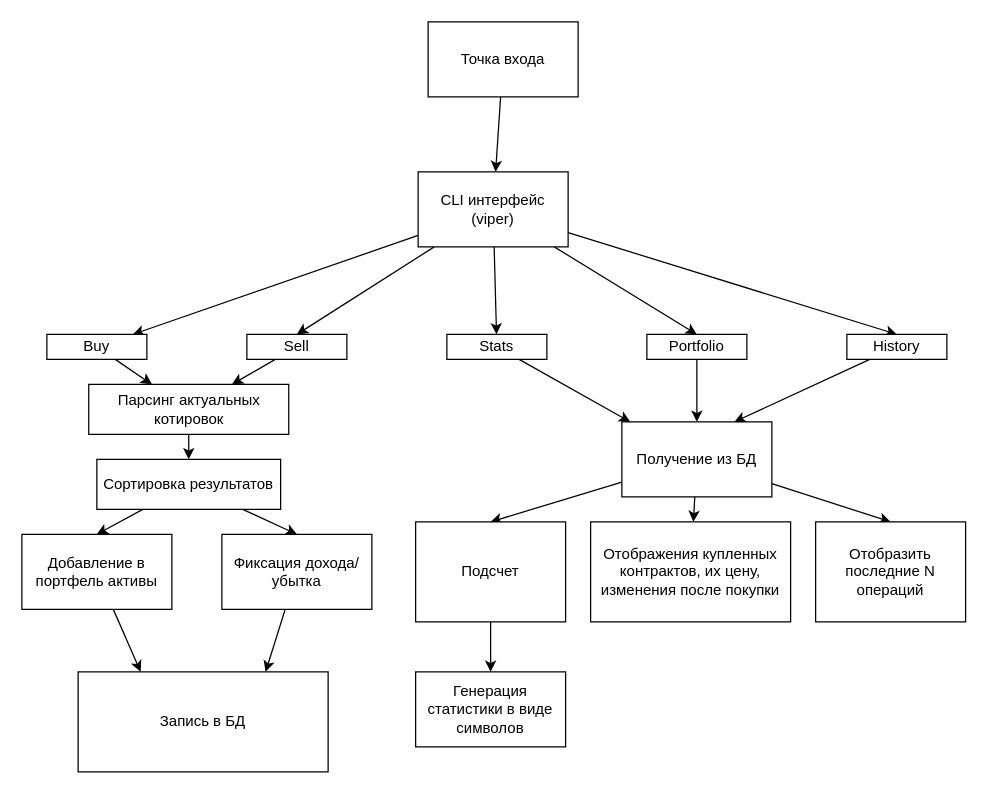
IIIUBA/TradeCLI keeps this draw.io diagram as schema.dio. Above is the earlier version. Source tidied: cells renumbered, new cells numbered last; positions are measured from the earlier drawing's top-left corner, leaving out a move shared by most shapes. Both pictures are drawn from the tidied source at 125%, with x=0, y=0 at pixel (21, 21).
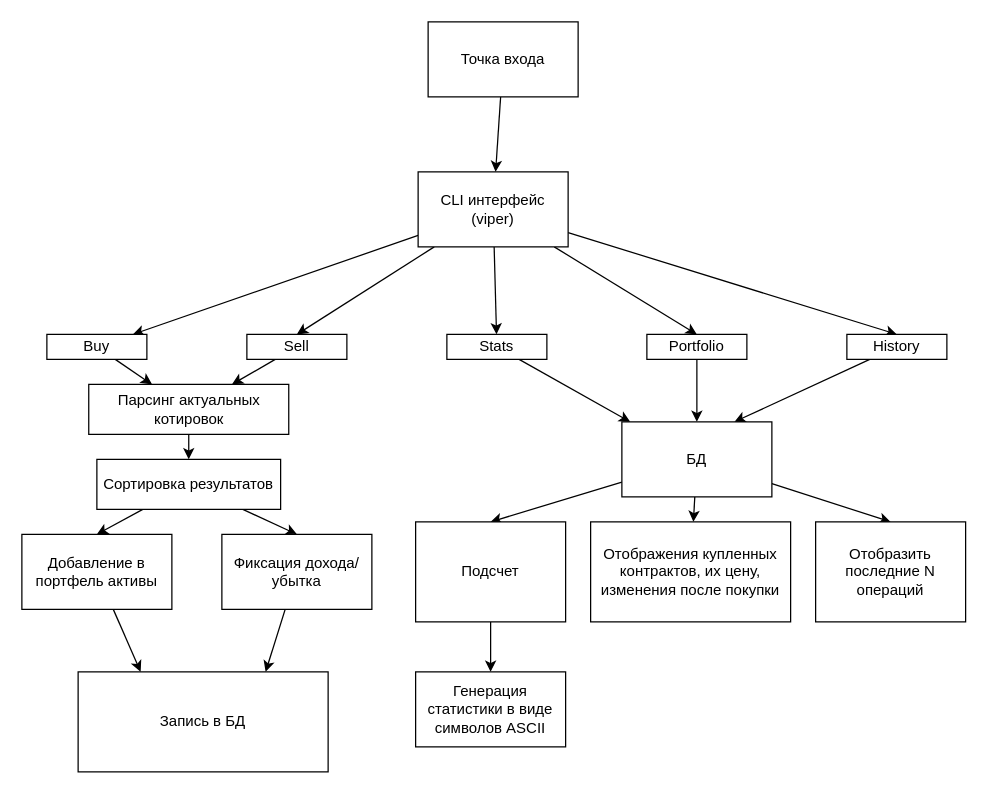
The same page after the edit.

Commit message (it also covers changes not shown here):
Доработка функций: покупки, получение актуальных котировок, бд

Change to the diagram source:
```diff
@@
-    <mxCell id="29" value="Получение из БД" style="whiteSpace=wrap;html=1;" parent="1" vertex="1">
+    <mxCell id="29" value="БД" style="whiteSpace=wrap;html=1;" parent="1" vertex="1">
       <mxGeometry x="480" y="320" width="120" height="60" as="geometry" />
     </mxCell>
@@
-    <mxCell id="34" value="Генерация статистики в виде символов" style="whiteSpace=wrap;html=1;" parent="1" vertex="1">
+    <mxCell id="34" value="Генерация статистики в виде символов ASCII" style="whiteSpace=wrap;html=1;" parent="1" vertex="1">
       <mxGeometry x="315" y="520" width="120" height="60" as="geometry" />
     </mxCell>
```
